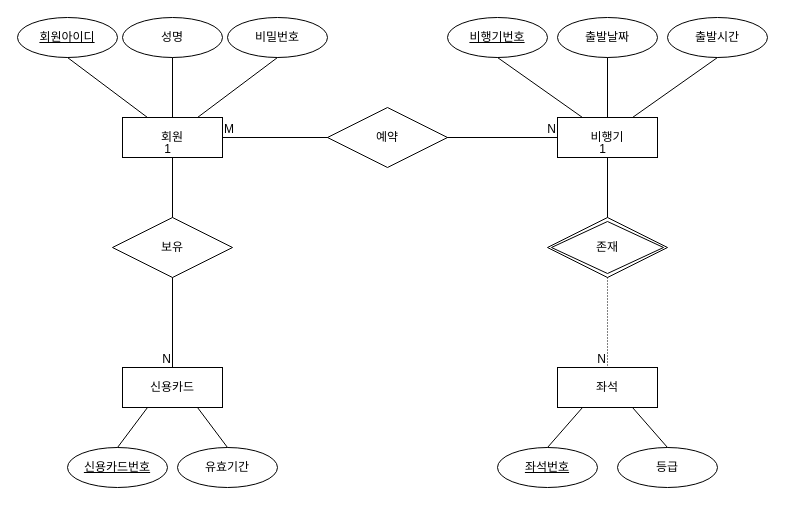
The draw.io diagram 제목 없는 다이어그램.drawio in adelklee/ERD, before the edit. Source tidied: cells renumbered, new cells numbered last; positions are measured from the earlier drawing's top-left corner, leaving out a move shared by most shapes. Both pictures are drawn from the tidied source at 100%, with x=0, y=0 at pixel (17, 17).
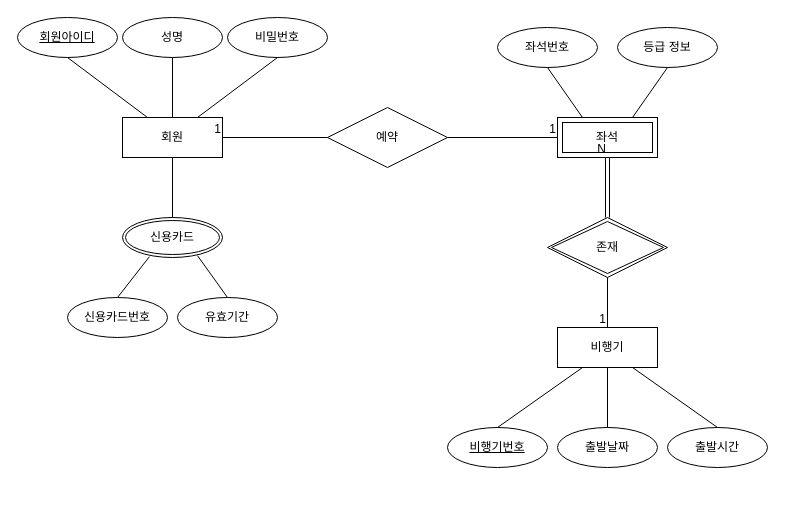
The same diagram, later.

Commit message (it also covers changes not shown here):
제목 없는 다이어그램.drawio 업데이트

The change refers to these unchanged cells:
```xml
<mxCell id="2" value="회원" style="whiteSpace=wrap;html=1;align=center;" parent="1" vertex="1">
  <mxGeometry x="105" y="100" width="100" height="40" as="geometry" />
</mxCell>
<mxCell id="29" value="예약" style="shape=rhombus;perimeter=rhombusPerimeter;whiteSpace=wrap;html=1;align=center;" parent="1" vertex="1">
  <mxGeometry x="310" y="90" width="120" height="60" as="geometry" />
</mxCell>
<mxCell id="30" value="존재" style="shape=rhombus;double=1;perimeter=rhombusPerimeter;whiteSpace=wrap;html=1;align=center;" parent="1" vertex="1">
  <mxGeometry x="530" y="200" width="120" height="60" as="geometry" />
</mxCell>
```

What changed in the source:
```diff
@@
     <mxCell id="6" value="비행기" style="whiteSpace=wrap;html=1;align=center;" parent="1" vertex="1">
-      <mxGeometry x="540" y="100" width="100" height="40" as="geometry" />
+      <mxGeometry x="540" y="310" width="100" height="40" as="geometry" />
     </mxCell>
     <mxCell id="7" value="비행기번호" style="ellipse;whiteSpace=wrap;html=1;align=center;fontStyle=4;" parent="1" vertex="1">
-      <mxGeometry x="430" width="100" height="40" as="geometry" />
+      <mxGeometry x="430" y="410" width="100" height="40" as="geometry" />
     </mxCell>
     <mxCell id="8" value="출발날짜" style="ellipse;whiteSpace=wrap;html=1;align=center;" parent="1" vertex="1">
-      <mxGeometry x="540" width="100" height="40" as="geometry" />
+      <mxGeometry x="540" y="410" width="100" height="40" as="geometry" />
     </mxCell>
     <mxCell id="9" value="출발시간" style="ellipse;whiteSpace=wrap;html=1;align=center;" parent="1" vertex="1">
-      <mxGeometry x="650" width="100" height="40" as="geometry" />
+      <mxGeometry x="650" y="410" width="100" height="40" as="geometry" />
     </mxCell>
     <mxCell id="10" value="유효기간" style="ellipse;whiteSpace=wrap;html=1;align=center;" parent="1" vertex="1">
-      <mxGeometry x="160" y="430" width="100" height="40" as="geometry" />
+      <mxGeometry x="160" y="280" width="100" height="40" as="geometry" />
     </mxCell>
@@
-    <mxCell id="14" value="보유" style="shape=rhombus;perimeter=rhombusPerimeter;whiteSpace=wrap;html=1;align=center;" parent="1" vertex="1">
-      <mxGeometry x="95" y="200" width="120" height="60" as="geometry" />
-    </mxCell>
-    <mxCell id="15" style="endArrow=none;html=1;rounded=0;exitX=0.5;exitY=0;exitDx=0;exitDy=0;entryX=0.5;entryY=1;entryDx=0;entryDy=0;" parent="1" edge="1" source="14" target="2">
-      <mxGeometry relative="1" as="geometry" />
-    </mxCell>
-    <mxCell id="16" value="1" style="html=1;whiteSpace=wrap;align=right;verticalAlign=bottom;" parent="15" vertex="1">
-      <mxGeometry x="1" relative="1" as="geometry" />
-    </mxCell>
-    <mxCell id="17" style="endArrow=none;html=1;rounded=0;exitX=0.5;exitY=1;exitDx=0;exitDy=0;" parent="1" edge="1" source="14">
-      <mxGeometry relative="1" as="geometry">
-        <mxPoint x="155" y="350" as="targetPoint" />
-      </mxGeometry>
-    </mxCell>
-    <mxCell id="18" value="N" style="html=1;whiteSpace=wrap;align=right;verticalAlign=bottom;" parent="17" vertex="1">
-      <mxGeometry x="1" relative="1" as="geometry" />
-    </mxCell>
-    <mxCell id="19" value="신용카드" style="whiteSpace=wrap;html=1;align=center;" parent="1" vertex="1">
-      <mxGeometry x="105" y="350" width="100" height="40" as="geometry" />
-    </mxCell>
-    <mxCell id="20" value="신용카드번호" style="ellipse;whiteSpace=wrap;html=1;align=center;fontStyle=4;" parent="1" vertex="1">
-      <mxGeometry x="50" y="430" width="100" height="40" as="geometry" />
-    </mxCell>
-    <mxCell id="21" style="endArrow=none;html=1;rounded=0;entryX=0.5;entryY=0;entryDx=0;entryDy=0;exitX=0.25;exitY=1;exitDx=0;exitDy=0;" parent="1" edge="1" source="19" target="20">
-      <mxGeometry relative="1" as="geometry" />
+    <mxCell id="21" style="endArrow=none;html=1;rounded=0;entryX=0.5;entryY=0;entryDx=0;entryDy=0;exitX=0.269;exitY=0.98;exitDx=0;exitDy=0;exitPerimeter=0;" parent="1" edge="1" source="19">
+      <mxGeometry relative="1" as="geometry">
+        <mxPoint x="100" y="280" as="targetPoint" />
+      </mxGeometry>
     </mxCell>
-    <mxCell id="22" style="endArrow=none;html=1;rounded=0;exitX=0.75;exitY=1;exitDx=0;exitDy=0;entryX=0.5;entryY=0;entryDx=0;entryDy=0;" parent="1" edge="1" source="19" target="10">
+    <mxCell id="22" style="endArrow=none;html=1;rounded=0;exitX=0.75;exitY=0.954;exitDx=0;exitDy=0;entryX=0.5;entryY=0;entryDx=0;entryDy=0;exitPerimeter=0;" parent="1" edge="1" source="19" target="10">
       <mxGeometry relative="1" as="geometry" />
     </mxCell>
-    <mxCell id="23" style="endArrow=none;html=1;rounded=0;exitX=0.5;exitY=1;exitDx=0;exitDy=0;entryX=0.75;entryY=0;entryDx=0;entryDy=0;" parent="1" edge="1" source="9" target="6">
+    <mxCell id="23" style="endArrow=none;html=1;rounded=0;exitX=0.5;exitY=0;exitDx=0;exitDy=0;entryX=0.75;entryY=1;entryDx=0;entryDy=0;" parent="1" edge="1" source="9" target="6">
       <mxGeometry relative="1" as="geometry" />
     </mxCell>
-    <mxCell id="24" style="endArrow=none;html=1;rounded=0;exitX=0.5;exitY=1;exitDx=0;exitDy=0;entryX=0.5;entryY=0;entryDx=0;entryDy=0;" parent="1" edge="1" source="8" target="6">
+    <mxCell id="24" style="endArrow=none;html=1;rounded=0;exitX=0.5;exitY=0;exitDx=0;exitDy=0;entryX=0.5;entryY=1;entryDx=0;entryDy=0;" parent="1" edge="1" source="8" target="6">
       <mxGeometry relative="1" as="geometry" />
     </mxCell>
-    <mxCell id="25" style="endArrow=none;html=1;rounded=0;exitX=0.5;exitY=1;exitDx=0;exitDy=0;entryX=0.25;entryY=0;entryDx=0;entryDy=0;" parent="1" edge="1" source="7" target="6">
+    <mxCell id="25" style="endArrow=none;html=1;rounded=0;exitX=0.5;exitY=0;exitDx=0;exitDy=0;entryX=0.25;entryY=1;entryDx=0;entryDy=0;" parent="1" edge="1" source="7" target="6">
       <mxGeometry relative="1" as="geometry" />
     </mxCell>
-    <mxCell id="26" style="endArrow=none;html=1;rounded=0;exitX=1;exitY=0.5;exitDx=0;exitDy=0;entryX=0;entryY=0.5;entryDx=0;entryDy=0;" parent="1" edge="1" source="2" target="6">
-      <mxGeometry relative="1" as="geometry" />
-    </mxCell>
-    <mxCell id="27" value="M" style="html=1;whiteSpace=wrap;align=left;verticalAlign=bottom;" parent="26" vertex="1">
-      <mxGeometry x="-1" relative="1" as="geometry" />
-    </mxCell>
-    <mxCell id="28" value="N" style="html=1;whiteSpace=wrap;align=right;verticalAlign=bottom;" parent="26" vertex="1">
-      <mxGeometry x="1" relative="1" as="geometry" />
-    </mxCell>
@@
+    <mxCell id="37" value="등급 정보" style="ellipse;whiteSpace=wrap;html=1;align=center;" parent="1" vertex="1">
+      <mxGeometry x="600" y="10" width="100" height="40" as="geometry" />
+    </mxCell>
+    <mxCell id="40" style="endArrow=none;html=1;rounded=0;entryX=1;entryY=0.5;entryDx=0;entryDy=0;exitX=0;exitY=0.5;exitDx=0;exitDy=0;" parent="1" edge="1" source="29" target="2">
+      <mxGeometry relative="1" as="geometry" />
+    </mxCell>
+    <mxCell id="41" value="1" style="html=1;whiteSpace=wrap;align=right;verticalAlign=bottom;" parent="40" vertex="1">
+      <mxGeometry x="1" relative="1" as="geometry" />
+    </mxCell>
+    <mxCell id="19" value="신용카드" style="ellipse;shape=doubleEllipse;margin=3;whiteSpace=wrap;html=1;align=center;" parent="1" vertex="1">
+      <mxGeometry x="105" y="200" width="100" height="40" as="geometry" />
+    </mxCell>
+    <mxCell id="20" value="신용카드번호" style="ellipse;whiteSpace=wrap;html=1;align=center;" parent="1" vertex="1">
+      <mxGeometry x="50" y="280" width="100" height="40" as="geometry" />
+    </mxCell>
+    <mxCell id="42" style="endArrow=none;html=1;rounded=0;exitX=0.5;exitY=1;exitDx=0;exitDy=0;entryX=0.5;entryY=0;entryDx=0;entryDy=0;" parent="1" edge="1" source="2" target="19">
+      <mxGeometry relative="1" as="geometry" />
+    </mxCell>
+    <mxCell id="35" value="좌석" style="shape=ext;margin=3;double=1;whiteSpace=wrap;html=1;align=center;" parent="1" vertex="1">
+      <mxGeometry x="540" y="100" width="100" height="40" as="geometry" />
+    </mxCell>
+    <mxCell id="43" style="endArrow=none;html=1;rounded=0;entryX=0;entryY=0.5;entryDx=0;entryDy=0;exitX=1;exitY=0.5;exitDx=0;exitDy=0;" parent="1" edge="1" source="29" target="35">
+      <mxGeometry relative="1" as="geometry" />
+    </mxCell>
+    <mxCell id="44" value="1" style="html=1;whiteSpace=wrap;align=right;verticalAlign=bottom;" parent="43" vertex="1">
+      <mxGeometry x="1" relative="1" as="geometry" />
+    </mxCell>
+    <mxCell id="36" value="좌석번호" style="ellipse;whiteSpace=wrap;html=1;align=center;" parent="1" vertex="1">
+      <mxGeometry x="480" y="10" width="100" height="40" as="geometry" />
+    </mxCell>
-    <mxCell id="31" style="endArrow=none;html=1;rounded=0;dashed=1;dashPattern=1 2;exitX=0.5;exitY=1;exitDx=0;exitDy=0;entryX=0.5;entryY=0;entryDx=0;entryDy=0;" parent="1" edge="1" source="30" target="35">
+    <mxCell id="31" style="shape=link;html=1;rounded=0;entryX=0.5;entryY=1;entryDx=0;entryDy=0;exitX=0.5;exitY=0;exitDx=0;exitDy=0;" parent="1" edge="1" source="30" target="35">
       <mxGeometry relative="1" as="geometry" />
     </mxCell>
-    <mxCell id="32" value="N" style="html=1;whiteSpace=wrap;align=right;verticalAlign=bottom;" parent="31" vertex="1">
-      <mxGeometry x="1" relative="1" as="geometry" />
-    </mxCell>
+    <mxCell id="45" value="N" style="html=1;whiteSpace=wrap;align=right;verticalAlign=bottom;" parent="31" vertex="1">
+      <mxGeometry x="1" relative="1" as="geometry" />
+    </mxCell>
+    <mxCell id="46" style="endArrow=none;html=1;rounded=0;exitX=0.5;exitY=1;exitDx=0;exitDy=0;entryX=0.25;entryY=0;entryDx=0;entryDy=0;" parent="1" edge="1" source="36" target="35">
+      <mxGeometry relative="1" as="geometry" />
+    </mxCell>
+    <mxCell id="47" style="endArrow=none;html=1;rounded=0;exitX=0.5;exitY=1;exitDx=0;exitDy=0;entryX=0.75;entryY=0;entryDx=0;entryDy=0;" parent="1" edge="1" source="37" target="35">
+      <mxGeometry relative="1" as="geometry" />
+    </mxCell>
-    <mxCell id="33" style="endArrow=none;html=1;rounded=0;entryX=0.5;entryY=1;entryDx=0;entryDy=0;exitX=0.5;exitY=0;exitDx=0;exitDy=0;" parent="1" edge="1" source="30" target="6">
+    <mxCell id="33" style="endArrow=none;html=1;rounded=0;entryX=0.5;entryY=0;entryDx=0;entryDy=0;exitX=0.5;exitY=1;exitDx=0;exitDy=0;" parent="1" edge="1" source="30" target="6">
       <mxGeometry relative="1" as="geometry" />
     </mxCell>
-    <mxCell id="34" value="1" style="html=1;whiteSpace=wrap;align=right;verticalAlign=bottom;" parent="33" vertex="1">
-      <mxGeometry x="1" relative="1" as="geometry" />
-    </mxCell>
-    <mxCell id="35" value="좌석" style="whiteSpace=wrap;html=1;align=center;" parent="1" vertex="1">
-      <mxGeometry x="540" y="350" width="100" height="40" as="geometry" />
-    </mxCell>
-    <mxCell id="36" value="좌석번호" style="ellipse;whiteSpace=wrap;html=1;align=center;fontStyle=4;" parent="1" vertex="1">
-      <mxGeometry x="480" y="430" width="100" height="40" as="geometry" />
-    </mxCell>
-    <mxCell id="37" value="등급" style="ellipse;whiteSpace=wrap;html=1;align=center;" parent="1" vertex="1">
-      <mxGeometry x="600" y="430" width="100" height="40" as="geometry" />
-    </mxCell>
-    <mxCell id="38" style="endArrow=none;html=1;rounded=0;entryX=0.5;entryY=0;entryDx=0;entryDy=0;exitX=0.75;exitY=1;exitDx=0;exitDy=0;" parent="1" edge="1" source="35" target="37">
-      <mxGeometry relative="1" as="geometry" />
-    </mxCell>
-    <mxCell id="39" style="endArrow=none;html=1;rounded=0;entryX=0.5;entryY=0;entryDx=0;entryDy=0;exitX=0.25;exitY=1;exitDx=0;exitDy=0;" parent="1" edge="1" source="35" target="36">
-      <mxGeometry relative="1" as="geometry" />
-    </mxCell>
+    <mxCell id="48" value="1" style="html=1;whiteSpace=wrap;align=right;verticalAlign=bottom;" parent="33" vertex="1">
+      <mxGeometry x="1" relative="1" as="geometry" />
+    </mxCell>
```
